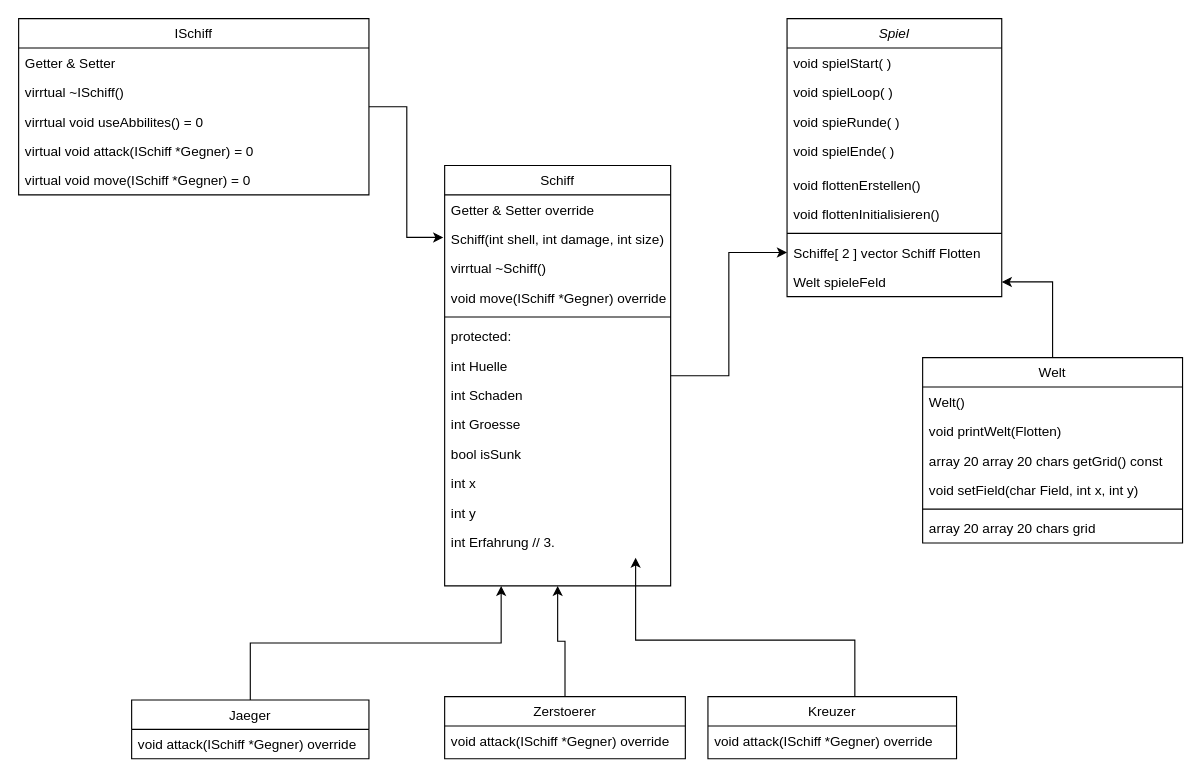
Above: Semester-2/C++Files/Flottenkampf/Flottenkampf.drawio in salem-karim/CS-Bachelor (draw.io), before the change. Source tidied: cells renumbered, new cells numbered last; positions are measured from the earlier drawing's top-left corner, leaving out a move shared by most shapes. Both pictures are drawn from the tidied source at 113%, with x=0, y=0 at pixel (18, 18).
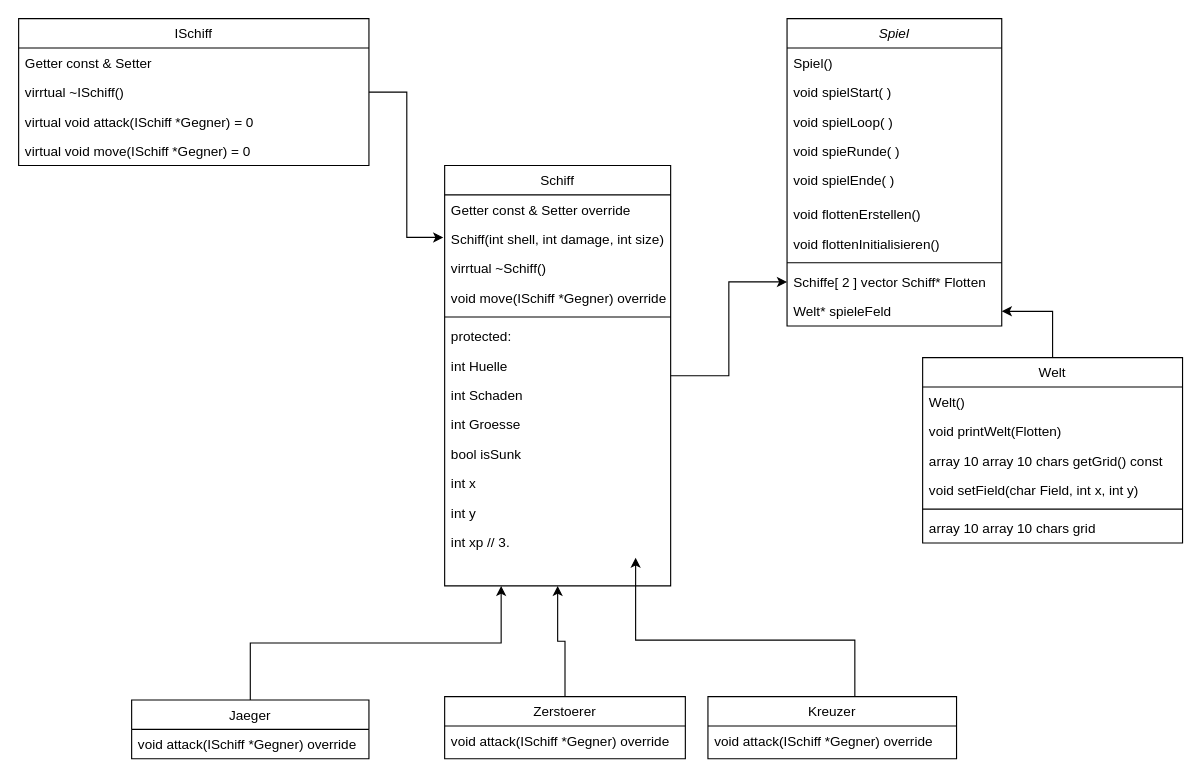
Above is the later version.

Commit message (it also covers changes not shown here):
Stufe 2 fertig gebe ab

Unchanged cells that the change refers to:
```xml
<mxCell id="16" value="Schiff" style="swimlane;fontStyle=0;align=center;verticalAlign=top;horizontal=1;startSize=26;rounded=0;shadow=0;strokeWidth=1;" parent="1" vertex="1">
  <mxGeometry x="377" y="130" width="200" height="372" as="geometry" />
</mxCell>
<mxCell id="31" value="Welt" style="swimlane;fontStyle=0;align=center;verticalAlign=top;horizontal=1;startSize=26;rounded=0;shadow=0;strokeWidth=1;" parent="1" vertex="1">
  <mxGeometry x="800" y="300" width="230" height="164" as="geometry" />
</mxCell>
```

The edit, as a diff of the source:
```diff
@@
     <mxCell id="2" value="Spiel" style="swimlane;fontStyle=2;align=center;verticalAlign=top;horizontal=1;startSize=26;rounded=0;shadow=0;strokeWidth=1;" parent="1" vertex="1">
-      <mxGeometry x="680" width="190" height="246" as="geometry" />
+      <mxGeometry x="680" width="190" height="272" as="geometry" />
     </mxCell>
+    <mxCell id="51" value="Spiel()" style="text;align=left;verticalAlign=top;spacingLeft=4;spacingRight=4;overflow=hidden;" parent="2" vertex="1">
+      <mxGeometry y="26" width="190" height="26" as="geometry" />
+    </mxCell>
     <mxCell id="3" value="void spielStart( )" style="text;align=left;verticalAlign=top;spacingLeft=4;spacingRight=4;overflow=hidden;" parent="2" vertex="1">
-      <mxGeometry y="26" width="190" height="26" as="geometry" />
+      <mxGeometry y="52" width="190" height="26" as="geometry" />
     </mxCell>
     <mxCell id="4" value="void spielLoop( )" style="text;align=left;verticalAlign=top;spacingLeft=4;spacingRight=4;overflow=hidden;" parent="2" vertex="1">
-      <mxGeometry y="52" width="190" height="26" as="geometry" />
+      <mxGeometry y="78" width="190" height="26" as="geometry" />
     </mxCell>
     <mxCell id="5" value="void spieRunde( )" style="text;align=left;verticalAlign=top;spacingLeft=4;spacingRight=4;overflow=hidden;" parent="2" vertex="1">
-      <mxGeometry y="78" width="190" height="26" as="geometry" />
+      <mxGeometry y="104" width="190" height="26" as="geometry" />
     </mxCell>
     <mxCell id="6" value="void spielEnde( )" style="text;align=left;verticalAlign=top;spacingLeft=4;spacingRight=4;overflow=hidden;" parent="2" vertex="1">
-      <mxGeometry y="104" width="190" height="30" as="geometry" />
+      <mxGeometry y="130" width="190" height="30" as="geometry" />
     </mxCell>
     <mxCell id="7" value="void flottenErstellen()" style="text;align=left;verticalAlign=top;spacingLeft=4;spacingRight=4;overflow=hidden;" parent="2" vertex="1">
-      <mxGeometry y="134" width="190" height="26" as="geometry" />
+      <mxGeometry y="160" width="190" height="26" as="geometry" />
     </mxCell>
     <mxCell id="8" value="void flottenInitialisieren()" style="text;align=left;verticalAlign=top;spacingLeft=4;spacingRight=4;overflow=hidden;" parent="2" vertex="1">
-      <mxGeometry y="160" width="190" height="26" as="geometry" />
+      <mxGeometry y="186" width="190" height="26" as="geometry" />
     </mxCell>
     <mxCell id="9" style="line;html=1;strokeWidth=1;align=left;verticalAlign=middle;spacingTop=-1;spacingLeft=3;spacingRight=3;labelPosition=right;" parent="2" vertex="1">
-      <mxGeometry y="186" width="190" height="8" as="geometry" />
+      <mxGeometry y="212" width="190" height="8" as="geometry" />
     </mxCell>
-    <mxCell id="10" value="Schiffe[ 2 ] vector Schiff Flotten" style="text;align=left;verticalAlign=top;spacingLeft=4;spacingRight=4;overflow=hidden;points=[[0,0.5],[1,0.5]];portConstraint=eastwest;" parent="2" vertex="1">
-      <mxGeometry y="194" width="190" height="26" as="geometry" />
+    <mxCell id="10" value="Schiffe[ 2 ] vector Schiff* Flotten" style="text;align=left;verticalAlign=top;spacingLeft=4;spacingRight=4;overflow=hidden;points=[[0,0.5],[1,0.5]];portConstraint=eastwest;" parent="2" vertex="1">
+      <mxGeometry y="220" width="190" height="26" as="geometry" />
     </mxCell>
-    <mxCell id="11" value="Welt spieleFeld" style="text;align=left;verticalAlign=top;spacingLeft=4;spacingRight=4;overflow=hidden;points=[[0,0.5],[1,0.5]];portConstraint=eastwest;" parent="2" vertex="1">
-      <mxGeometry y="220" width="190" height="26" as="geometry" />
+    <mxCell id="11" value="Welt* spieleFeld" style="text;align=left;verticalAlign=top;spacingLeft=4;spacingRight=4;overflow=hidden;points=[[0,0.5],[1,0.5]];portConstraint=eastwest;" parent="2" vertex="1">
+      <mxGeometry y="246" width="190" height="26" as="geometry" />
     </mxCell>
@@
-    <mxCell id="17" value="Getter &amp; Setter override" style="text;align=left;verticalAlign=top;spacingLeft=4;spacingRight=4;overflow=hidden;" parent="16" vertex="1">
+    <mxCell id="17" value="Getter const &amp; Setter override" style="text;align=left;verticalAlign=top;spacingLeft=4;spacingRight=4;overflow=hidden;" parent="16" vertex="1">
       <mxGeometry y="26" width="200" height="26" as="geometry" />
     </mxCell>
@@
-    <mxCell id="29" value="int Erfahrung // 3." style="text;align=left;verticalAlign=top;spacingLeft=4;spacingRight=4;overflow=hidden;points=[[0,0.5],[1,0.5]];portConstraint=eastwest;" parent="16" vertex="1">
+    <mxCell id="29" value="int xp // 3." style="text;align=left;verticalAlign=top;spacingLeft=4;spacingRight=4;overflow=hidden;points=[[0,0.5],[1,0.5]];portConstraint=eastwest;" parent="16" vertex="1">
       <mxGeometry y="320" width="200" height="26" as="geometry" />
     </mxCell>
@@
-    <mxCell id="34" value="array 20 array 20 chars getGrid() const" style="text;align=left;verticalAlign=top;spacingLeft=4;spacingRight=4;overflow=hidden;" parent="31" vertex="1">
+    <mxCell id="34" value="array 10 array 10 chars getGrid() const" style="text;align=left;verticalAlign=top;spacingLeft=4;spacingRight=4;overflow=hidden;" parent="31" vertex="1">
       <mxGeometry y="78" width="230" height="26" as="geometry" />
     </mxCell>
@@
-    <mxCell id="37" value="array 20 array 20 chars grid" style="text;align=left;verticalAlign=top;spacingLeft=4;spacingRight=4;overflow=hidden;" parent="31" vertex="1">
+    <mxCell id="37" value="array 10 array 10 chars grid" style="text;align=left;verticalAlign=top;spacingLeft=4;spacingRight=4;overflow=hidden;" parent="31" vertex="1">
       <mxGeometry y="138" width="230" height="26" as="geometry" />
     </mxCell>
     <mxCell id="38" value="ISchiff" style="swimlane;fontStyle=0;align=center;verticalAlign=top;horizontal=1;startSize=26;rounded=0;shadow=0;strokeWidth=1;" parent="1" vertex="1">
-      <mxGeometry width="310" height="156" as="geometry" />
+      <mxGeometry width="310" height="130" as="geometry" />
     </mxCell>
-    <mxCell id="39" value="Getter &amp; Setter" style="text;align=left;verticalAlign=top;spacingLeft=4;spacingRight=4;overflow=hidden;" parent="38" vertex="1">
+    <mxCell id="39" value="Getter const &amp; Setter" style="text;align=left;verticalAlign=top;spacingLeft=4;spacingRight=4;overflow=hidden;" parent="38" vertex="1">
       <mxGeometry y="26" width="310" height="26" as="geometry" />
     </mxCell>
@@
-    <mxCell id="41" value="virrtual void useAbbilites() = 0" style="text;align=left;verticalAlign=top;spacingLeft=4;spacingRight=4;overflow=hidden;fontStyle=0;" parent="38" vertex="1">
-      <mxGeometry y="78" width="310" height="26" as="geometry" />
-    </mxCell>
     <mxCell id="42" value="virtual void attack(ISchiff *Gegner) = 0" style="text;align=left;verticalAlign=top;spacingLeft=4;spacingRight=4;overflow=hidden;" parent="38" vertex="1">
-      <mxGeometry y="104" width="310" height="26" as="geometry" />
+      <mxGeometry y="78" width="310" height="26" as="geometry" />
     </mxCell>
     <mxCell id="43" value="virtual void move(ISchiff *Gegner) = 0" style="text;align=left;verticalAlign=top;spacingLeft=4;spacingRight=4;overflow=hidden;" parent="38" vertex="1">
-      <mxGeometry y="130" width="310" height="26" as="geometry" />
+      <mxGeometry y="104" width="310" height="26" as="geometry" />
     </mxCell>
```
